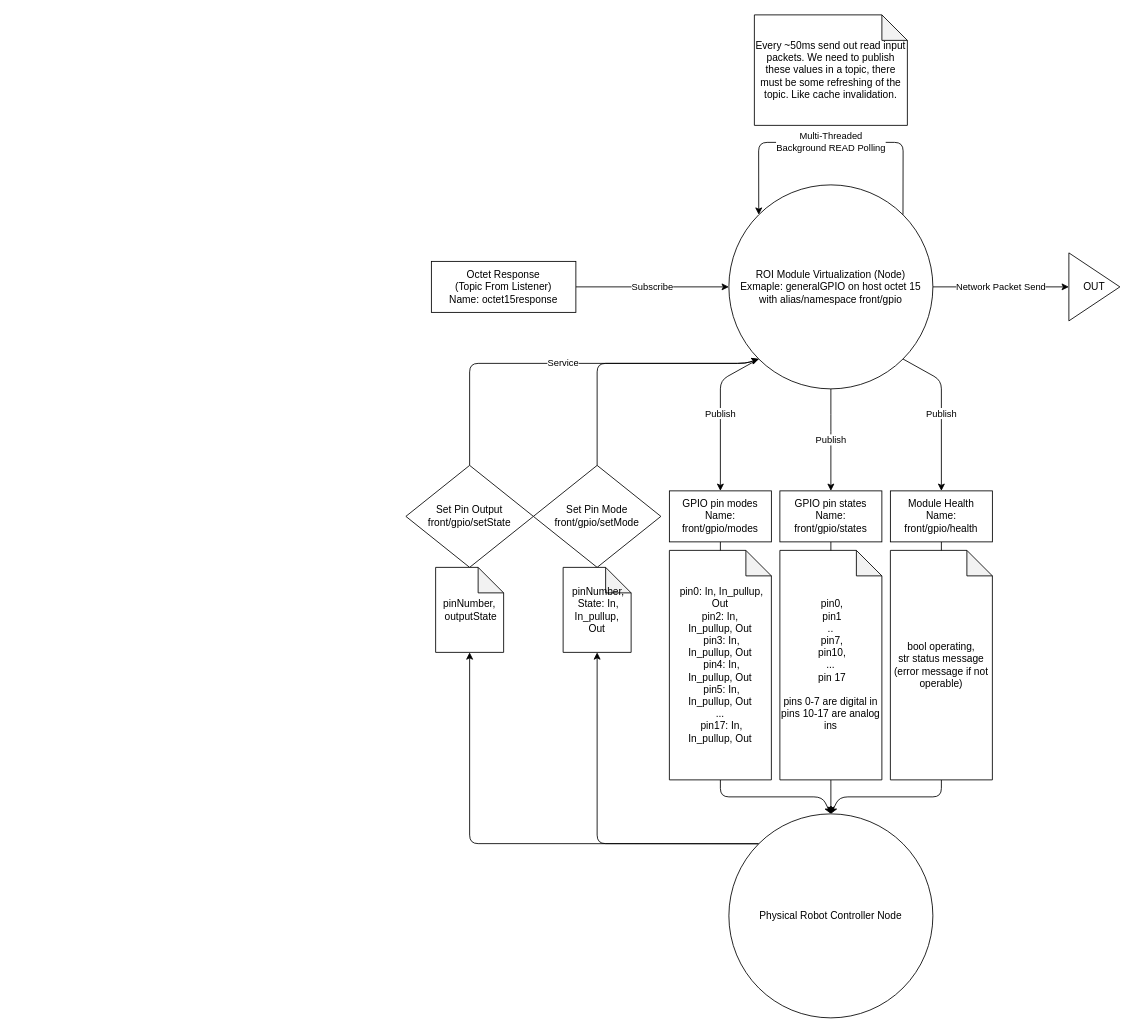
Earlier version of the draw.io diagram docs/drawio/ROI-Module-Node.drawio (UA-NASA-Robotics/Roobot-Over-IP). Source tidied: cells renumbered, new cells numbered last; positions are measured from the earlier drawing's top-left corner, leaving out a move shared by most shapes. Both pictures are drawn from the tidied source at 85%, with x=0, y=0 at pixel (405, 14).
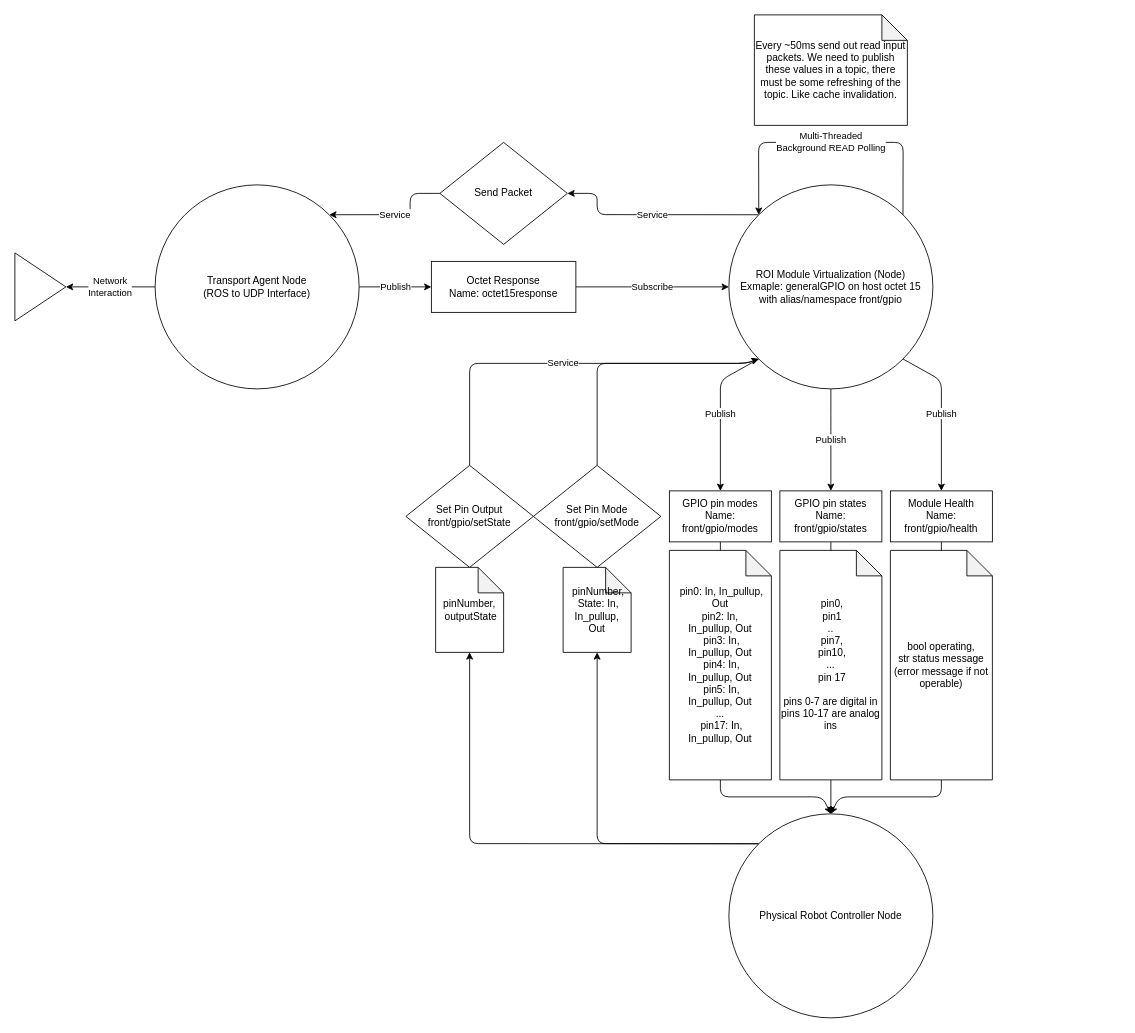
The same page after the edit.

Unchanged cells that the change refers to:
```xml
<mxCell id="6" value="ROI Module Virtualization (Node)&lt;br&gt;Exmaple: generalGPIO on host octet 15&lt;br&gt;with alias/namespace front/gpio" style="ellipse;whiteSpace=wrap;html=1;" parent="1" vertex="1">
  <mxGeometry x="380" y="200" width="240" height="240" as="geometry" />
</mxCell>
```

What changed in the source:
```diff
@@
-<mxGraphModel background="#FFFFFF">
+<mxGraphModel>
@@
-    <mxCell id="5" value="Network Packet Send" style="edgeStyle=none;html=1;exitX=1;exitY=0.5;exitDx=0;exitDy=0;entryX=0;entryY=0.5;entryDx=0;entryDy=0;" parent="1" edge="1" source="6" target="15">
-      <mxGeometry relative="1" as="geometry" />
-    </mxCell>
+    <mxCell id="30" value="Service" style="edgeStyle=none;html=1;exitX=0;exitY=0;exitDx=0;exitDy=0;entryX=1;entryY=0.5;entryDx=0;entryDy=0;" parent="1" edge="1" source="6" target="35">
+      <mxGeometry relative="1" as="geometry">
+        <Array as="points">
+          <mxPoint x="225" y="235" />
+          <mxPoint x="225" y="210" />
+        </Array>
+      </mxGeometry>
+    </mxCell>
@@
-    <mxCell id="8" value="Octet Response&lt;br&gt;(Topic From Listener)&lt;br&gt;Name: octet15response" style="rounded=0;whiteSpace=wrap;html=1;" parent="1" vertex="1">
+    <mxCell id="8" value="Octet Response&lt;br&gt;Name: octet15response" style="rounded=0;whiteSpace=wrap;html=1;" parent="1" vertex="1">
       <mxGeometry x="30" y="290" width="170" height="60" as="geometry" />
     </mxCell>
@@
-    <mxCell id="15" value="OUT" style="triangle;whiteSpace=wrap;html=1;" parent="1" vertex="1">
-      <mxGeometry x="780" y="280" width="60" height="80" as="geometry" />
-    </mxCell>
@@
+    <mxCell id="31" value="Publish" style="edgeStyle=none;html=1;exitX=1;exitY=0.5;exitDx=0;exitDy=0;entryX=0;entryY=0.5;entryDx=0;entryDy=0;" parent="1" edge="1" source="33" target="8">
+      <mxGeometry relative="1" as="geometry" />
+    </mxCell>
+    <mxCell id="32" value="Network&lt;br&gt;Interaction" style="edgeStyle=none;html=1;exitX=0;exitY=0.5;exitDx=0;exitDy=0;entryX=1;entryY=0.5;entryDx=0;entryDy=0;" parent="1" edge="1" source="33" target="36">
+      <mxGeometry relative="1" as="geometry" />
+    </mxCell>
+    <mxCell id="33" value="Transport Agent Node&lt;br&gt;(ROS to UDP Interface)" style="ellipse;whiteSpace=wrap;html=1;" parent="1" vertex="1">
+      <mxGeometry x="-295" y="200" width="240" height="240" as="geometry" />
+    </mxCell>
+    <mxCell id="34" value="Service" style="edgeStyle=none;html=1;exitX=0;exitY=0.5;exitDx=0;exitDy=0;entryX=1;entryY=0;entryDx=0;entryDy=0;" parent="1" edge="1" source="35" target="33">
+      <mxGeometry relative="1" as="geometry">
+        <Array as="points">
+          <mxPoint x="5" y="210" />
+          <mxPoint x="5" y="235" />
+        </Array>
+      </mxGeometry>
+    </mxCell>
+    <mxCell id="35" value="Send Packet" style="rhombus;whiteSpace=wrap;html=1;" parent="1" vertex="1">
+      <mxGeometry x="40" y="150" width="150" height="120" as="geometry" />
+    </mxCell>
+    <mxCell id="36" style="triangle;whiteSpace=wrap;html=1;" parent="1" vertex="1">
+      <mxGeometry x="-460" y="280" width="60" height="80" as="geometry" />
+    </mxCell>
```
